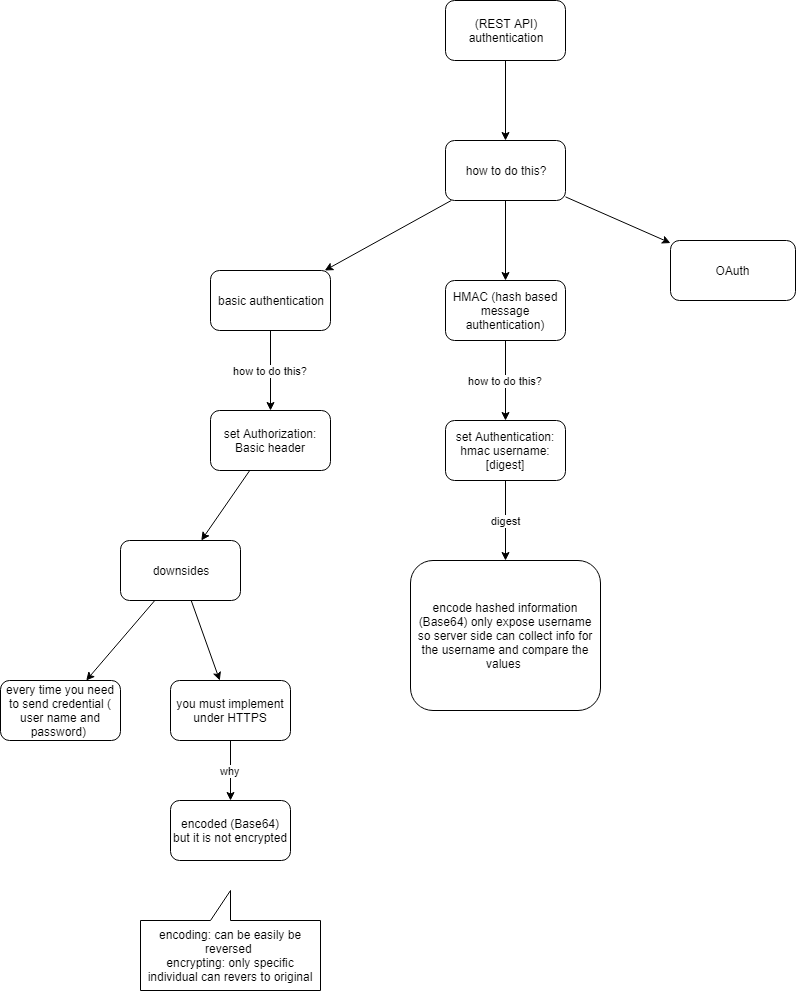
stsiwo/security_concept keeps this draw.io diagram as authentication.png. Above is the earlier version. Source tidied: cells renumbered, new cells last; positions are measured from the earlier drawing's top-left corner, leaving out a move shared by most shapes.
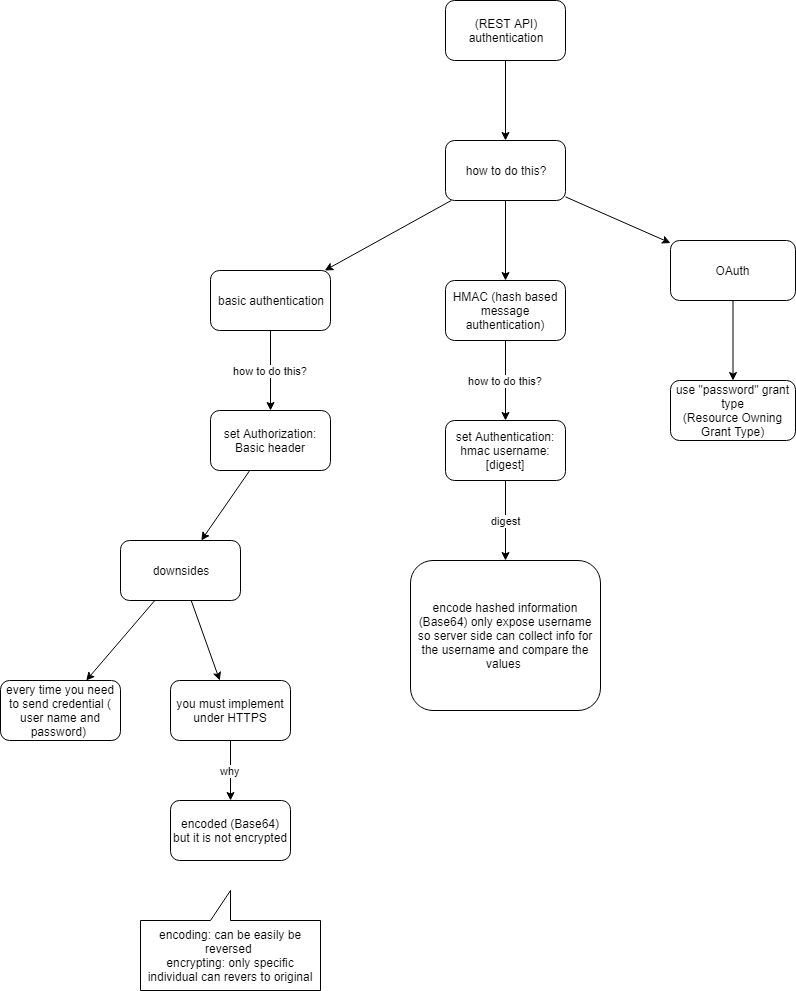
The same file after the commit.

Diff of the diagram source:
```diff
@@ -20,9 +20,15 @@
     <mxCell id="7" value="how to do this?" style="rounded=1;whiteSpace=wrap;html=1;" parent="1" vertex="1">
       <mxGeometry x="445" y="140" width="120" height="60" as="geometry" />
     </mxCell>
+    <mxCell id="26" style="edgeStyle=none;rounded=0;html=1;jettySize=auto;" parent="1" edge="1" source="8" target="27">
+      <mxGeometry relative="1" as="geometry" />
+    </mxCell>
     <mxCell id="8" value="OAuth" style="rounded=1;whiteSpace=wrap;html=1;" parent="1" vertex="1">
       <mxGeometry x="670" y="240" width="125" height="60" as="geometry" />
     </mxCell>
+    <mxCell id="27" value="use &quot;password&quot; grant type&lt;br&gt;(Resource Owning Grant Type)&lt;br&gt;" style="rounded=1;whiteSpace=wrap;html=1;" parent="1" vertex="1">
+      <mxGeometry x="670" y="380" width="125" height="60" as="geometry" />
+    </mxCell>
     <mxCell id="9" value="how to do this?" style="edgeStyle=none;rounded=0;html=1;jettySize=auto;" parent="1" edge="1" source="10" target="12">
       <mxGeometry relative="1" as="geometry" />
     </mxCell>
```
